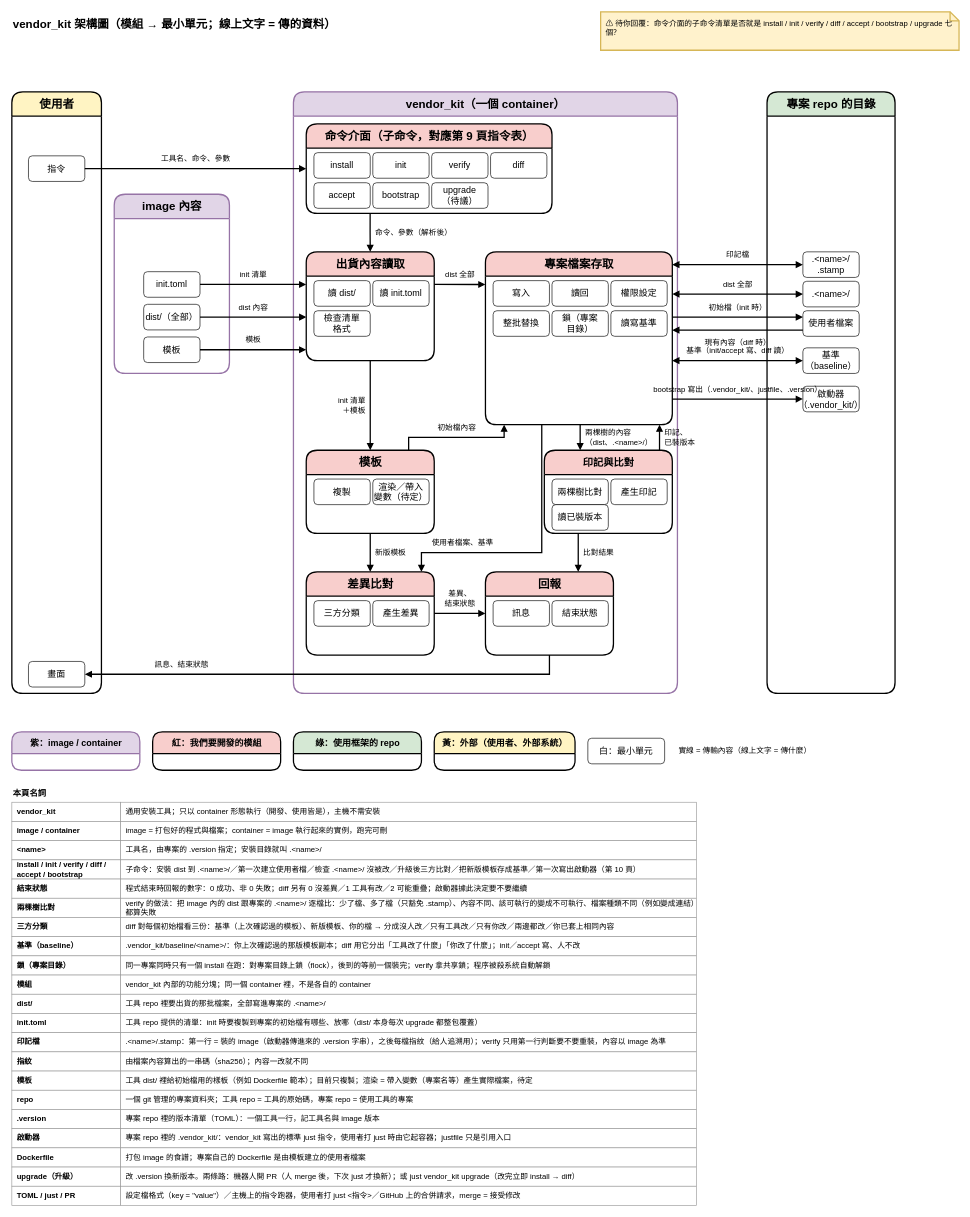
ycpss91255-research/vendor_kit keeps this draw.io diagram as page "1. vendor_kit 架構圖" (1 of 12) of dist_distribution.drawio. Above is the earlier version. Source tidied: cells renumbered, new cells numbered last; positions are measured from the earlier drawing's top-left corner, leaving out a move shared by most shapes. Both pictures are drawn from the tidied source at 64%, with x=0, y=0 at pixel (12, 12).
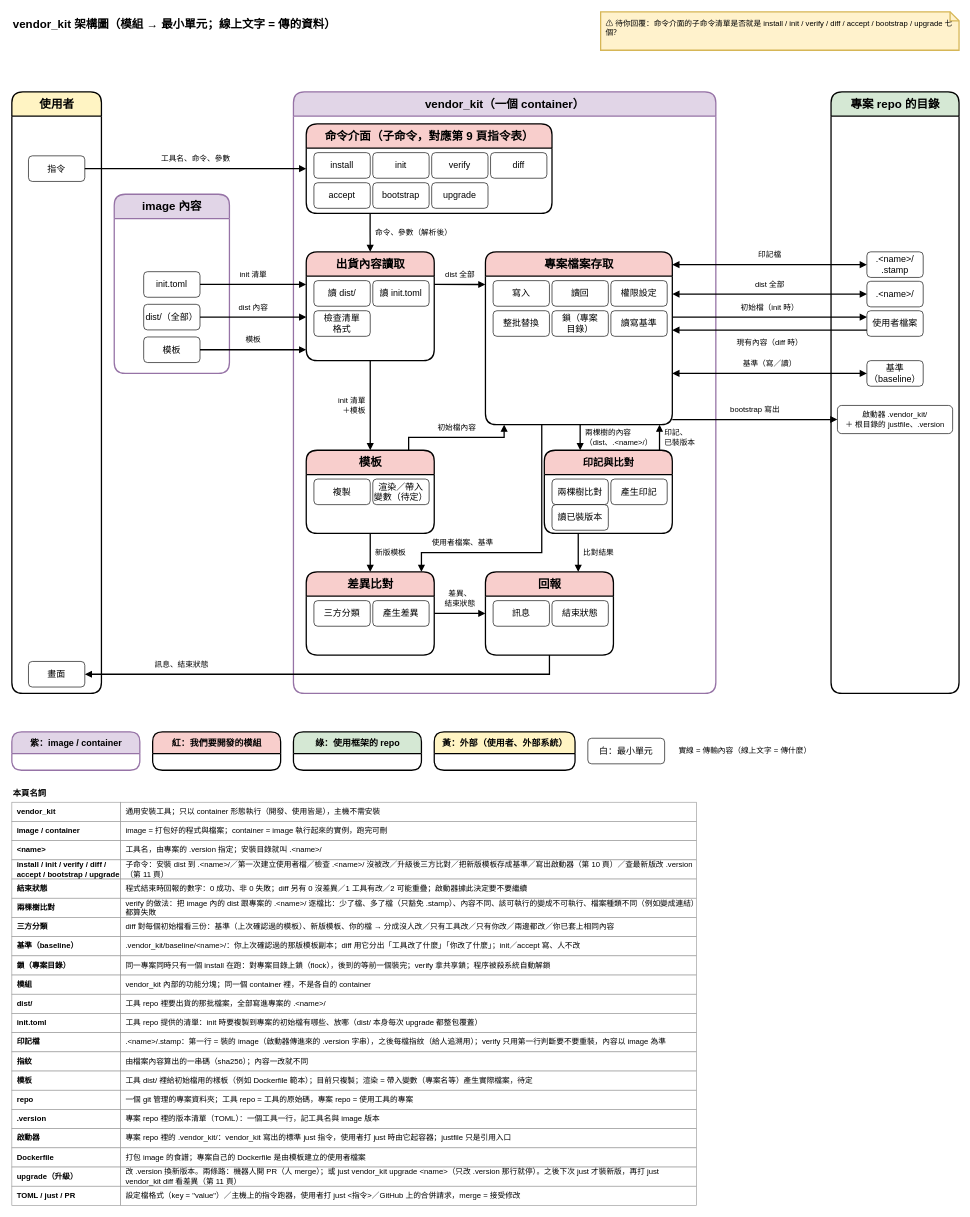
After the change.

Unchanged cells that the change refers to:
```xml
<mxCell id="12" value="命令介面（子命令，對應第 9 頁指令表）" style="swimlane;html=1;rounded=1;startSize=38;fontStyle=1;fontSize=18;fillColor=#f8cecc;swimlaneFillColor=#ffffff;strokeColor=#000000;strokeWidth=2;" parent="11" vertex="1">
  <mxGeometry x="20" y="50" width="384" height="140" as="geometry" />
</mxCell>
<mxCell id="30" value="專案檔案存取" style="swimlane;html=1;rounded=1;startSize=38;fontStyle=1;fontSize=18;fillColor=#f8cecc;swimlaneFillColor=#ffffff;strokeColor=#000000;strokeWidth=2;" parent="11" vertex="1">
  <mxGeometry x="300" y="250" width="292" height="270" as="geometry" />
</mxCell>
```

What changed in the source:
```diff
@@
     <mxCell id="11" value="vendor_kit（一個 container）" style="swimlane;html=1;rounded=1;startSize=38;fontStyle=1;fontSize=18;fillColor=#e1d5e7;swimlaneFillColor=#ffffff;strokeColor=#9673a6;strokeWidth=2;" parent="1" vertex="1">
-      <mxGeometry x="440" y="125" width="600" height="940" as="geometry" />
+      <mxGeometry x="440" y="125" width="660" height="940" as="geometry" />
     </mxCell>
@@
-    <mxCell id="19" value="upgrade&lt;br&gt;（待議）" style="rounded=1;whiteSpace=wrap;html=1;fillColor=#ffffff;strokeColor=light-dark(#000000,#9577A3);fontSize=14;strokeWidth=1;" parent="12" vertex="1">
+    <mxCell id="19" value="upgrade" style="rounded=1;whiteSpace=wrap;html=1;fillColor=#ffffff;strokeColor=light-dark(#000000,#9577A3);fontSize=14;strokeWidth=1;" parent="12" vertex="1">
       <mxGeometry x="196" y="92" width="88" height="40" as="geometry" />
     </mxCell>
@@
     <mxCell id="44" value="專案 repo 的目錄" style="swimlane;html=1;rounded=1;startSize=38;fontStyle=1;fontSize=18;fillColor=#d5e8d4;swimlaneFillColor=#ffffff;strokeColor=#000000;strokeWidth=2;" parent="1" vertex="1">
-      <mxGeometry x="1180" y="125" width="200" height="940" as="geometry" />
+      <mxGeometry x="1280" y="125" width="200" height="940" as="geometry" />
     </mxCell>
@@
     <mxCell id="48" value="基準&lt;br&gt;（baseline）" style="rounded=1;whiteSpace=wrap;html=1;fillColor=#ffffff;strokeColor=light-dark(#000000,#9577A3);fontSize=14;strokeWidth=1;" parent="44" vertex="1">
-      <mxGeometry x="56" y="400" width="88" height="40" as="geometry" />
+      <mxGeometry x="56" y="420" width="88" height="40" as="geometry" />
     </mxCell>
-    <mxCell id="49" value="啟動器&lt;br&gt;（.vendor_kit/）" style="rounded=1;whiteSpace=wrap;html=1;fillColor=#ffffff;strokeColor=light-dark(#000000,#9577A3);fontSize=14;strokeWidth=1;" parent="44" vertex="1">
-      <mxGeometry x="56" y="460" width="88" height="40" as="geometry" />
+    <mxCell id="49" value="啟動器 .vendor_kit/&lt;br&gt;＋ 根目錄的 justfile、.version" style="rounded=1;whiteSpace=wrap;html=1;fillColor=#ffffff;strokeColor=light-dark(#000000,#9577A3);fontSize=12;strokeWidth=1;" parent="44" vertex="1">
+      <mxGeometry x="10" y="490" width="180" height="44" as="geometry" />
     </mxCell>
@@
-    <mxCell id="64" value="基準（init/accept 寫、diff 讀）" style="edgeStyle=orthogonalEdgeStyle;rounded=0;jettySize=auto;html=1;strokeColor=default;strokeWidth=2;align=center;verticalAlign=bottom;spacingBottom=6;fontFamily=Helvetica;fontSize=12;fontColor=default;labelBorderColor=none;labelBackgroundColor=none;endArrow=block;endFill=1;exitX=1;exitY=0.6296;exitDx=0;exitDy=0;entryX=0;entryY=0.5;entryDx=0;entryDy=0;startArrow=block;startFill=1;" parent="1" edge="1" source="30" target="48">
+    <mxCell id="64" value="基準（寫／讀）" style="edgeStyle=orthogonalEdgeStyle;rounded=0;jettySize=auto;html=1;strokeColor=default;strokeWidth=2;align=center;verticalAlign=bottom;spacingBottom=6;fontFamily=Helvetica;fontSize=12;fontColor=default;labelBorderColor=none;labelBackgroundColor=none;endArrow=block;endFill=1;exitX=1;exitY=0.7037;exitDx=0;exitDy=0;entryX=0;entryY=0.5;entryDx=0;entryDy=0;startArrow=block;startFill=1;" parent="1" edge="1" source="30" target="48">
       <mxGeometry relative="1" as="geometry" />
     </mxCell>
-    <mxCell id="65" value="bootstrap 寫出（.vendor_kit/、justfile、.version）" style="edgeStyle=orthogonalEdgeStyle;rounded=0;jettySize=auto;html=1;strokeColor=default;strokeWidth=2;align=center;verticalAlign=bottom;spacingBottom=6;fontFamily=Helvetica;fontSize=12;fontColor=default;labelBorderColor=none;labelBackgroundColor=none;endArrow=block;endFill=1;exitX=1;exitY=0.8519;exitDx=0;exitDy=0;entryX=0;entryY=0.5;entryDx=0;entryDy=0;" parent="1" edge="1" source="30" target="49">
+    <mxCell id="65" value="bootstrap 寫出" style="edgeStyle=orthogonalEdgeStyle;rounded=0;jettySize=auto;html=1;strokeColor=default;strokeWidth=2;align=center;verticalAlign=bottom;spacingBottom=6;fontFamily=Helvetica;fontSize=12;fontColor=default;labelBorderColor=none;labelBackgroundColor=none;endArrow=block;endFill=1;exitX=1;exitY=0.9704;exitDx=0;exitDy=0;entryX=0;entryY=0.5;entryDx=0;entryDy=0;" parent="1" edge="1" source="30" target="49">
       <mxGeometry relative="1" as="geometry" />
     </mxCell>
@@
-    <mxCell id="84" value="install / init / verify / diff / accept / bootstrap" style="rounded=0;whiteSpace=wrap;html=1;fillColor=#ffffff;strokeColor=#999999;fontSize=12;fontStyle=1;align=left;spacingLeft=6;strokeWidth=1;" parent="1" vertex="1">
+    <mxCell id="84" value="install / init / verify / diff / accept / bootstrap / upgrade" style="rounded=0;whiteSpace=wrap;html=1;fillColor=#ffffff;strokeColor=#999999;fontSize=12;fontStyle=1;align=left;spacingLeft=6;strokeWidth=1;" parent="1" vertex="1">
       <mxGeometry y="1325" width="170" height="30" as="geometry" />
     </mxCell>
-    <mxCell id="85" value="子命令：安裝 dist 到 .&amp;lt;name&amp;gt;/／第一次建立使用者檔／檢查 .&amp;lt;name&amp;gt;/ 沒被改／升級後三方比對／把新版模板存成基準／第一次寫出啟動器（第 10 頁）" style="rounded=0;whiteSpace=wrap;html=1;fillColor=#ffffff;strokeColor=#999999;fontSize=12;align=left;spacingLeft=6;strokeWidth=1;" parent="1" vertex="1">
+    <mxCell id="85" value="子命令：安裝 dist 到 .&amp;lt;name&amp;gt;/／第一次建立使用者檔／檢查 .&amp;lt;name&amp;gt;/ 沒被改／升級後三方比對／把新版模板存成基準／寫出啟動器（第 10 頁）／查最新版改 .version（第 11 頁）" style="rounded=0;whiteSpace=wrap;html=1;fillColor=#ffffff;strokeColor=#999999;fontSize=12;align=left;spacingLeft=6;strokeWidth=1;" parent="1" vertex="1">
       <mxGeometry x="170" y="1325" width="900" height="30" as="geometry" />
     </mxCell>
@@
-    <mxCell id="117" value="改 .version 換新版本。兩條路：機器人開 PR（人 merge 後，下次 just 才換新）；或 just vendor_kit upgrade（改完立即 install → diff）" style="rounded=0;whiteSpace=wrap;html=1;fillColor=#ffffff;strokeColor=#999999;fontSize=12;align=left;spacingLeft=6;strokeWidth=1;" parent="1" vertex="1">
+    <mxCell id="117" value="改 .version 換新版本。兩條路：機器人開 PR（人 merge）；或 just vendor_kit upgrade &amp;lt;name&amp;gt;（只改 .version 那行就停）。之後下次 just 才裝新版，再打 just vendor_kit diff 看差異（第 11 頁）" style="rounded=0;whiteSpace=wrap;html=1;fillColor=#ffffff;strokeColor=#999999;fontSize=12;align=left;spacingLeft=6;strokeWidth=1;" parent="1" vertex="1">
       <mxGeometry x="170" y="1805" width="900" height="30" as="geometry" />
     </mxCell>
```
